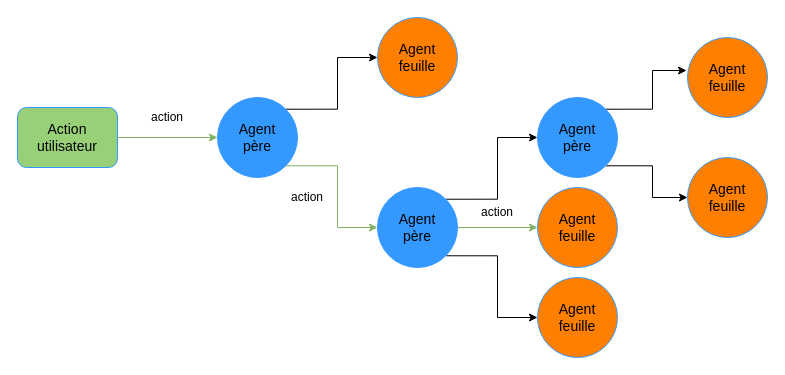
Earlier version of the draw.io diagram images/Conception/DM/multiagent.drawio (Wissben/Master-Thesis). Source tidied: cells renumbered, new cells numbered last; positions are measured from the earlier drawing's top-left corner, leaving out a move shared by most shapes. Both pictures are drawn from the tidied source at 100%, with x=0, y=0 at pixel (17, 17).
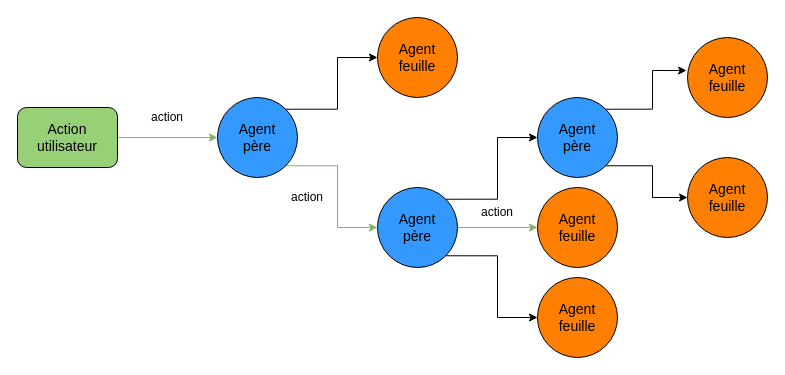
After the change.

Change to the diagram source:
```diff
@@
-    <mxCell id="4" value="&lt;div&gt;&lt;font style=&quot;font-size: 14px&quot;&gt;Agent &lt;br&gt;&lt;/font&gt;&lt;/div&gt;&lt;div&gt;&lt;font style=&quot;font-size: 14px&quot;&gt;père&lt;/font&gt;&lt;/div&gt;" style="ellipse;whiteSpace=wrap;html=1;strokeColor=#3399FF;fillColor=#3399FF;" parent="1" vertex="1">
+    <mxCell id="4" value="&lt;div&gt;&lt;font style=&quot;font-size: 14px&quot;&gt;Agent &lt;br&gt;&lt;/font&gt;&lt;/div&gt;&lt;div&gt;&lt;font style=&quot;font-size: 14px&quot;&gt;père&lt;/font&gt;&lt;/div&gt;" style="ellipse;whiteSpace=wrap;html=1;strokeColor=#000000;fillColor=#3399FF;" parent="1" vertex="1">
       <mxGeometry x="200" y="80" width="80" height="80" as="geometry" />
     </mxCell>
@@
-    <mxCell id="7" value="&lt;div style=&quot;font-size: 14px&quot;&gt;&lt;font style=&quot;font-size: 14px&quot;&gt;Agent &lt;br&gt;&lt;/font&gt;&lt;/div&gt;&lt;div style=&quot;font-size: 14px&quot;&gt;&lt;font style=&quot;font-size: 14px&quot;&gt;père&lt;/font&gt;&lt;/div&gt;" style="ellipse;whiteSpace=wrap;html=1;strokeColor=#3399FF;fillColor=#3399FF;" parent="1" vertex="1">
+    <mxCell id="7" value="&lt;div style=&quot;font-size: 14px&quot;&gt;&lt;font style=&quot;font-size: 14px&quot;&gt;Agent &lt;br&gt;&lt;/font&gt;&lt;/div&gt;&lt;div style=&quot;font-size: 14px&quot;&gt;&lt;font style=&quot;font-size: 14px&quot;&gt;père&lt;/font&gt;&lt;/div&gt;" style="ellipse;whiteSpace=wrap;html=1;strokeColor=#000000;fillColor=#3399FF;" parent="1" vertex="1">
       <mxGeometry x="520" y="80" width="80" height="80" as="geometry" />
     </mxCell>
@@
-    <mxCell id="11" value="&lt;div style=&quot;font-size: 14px&quot;&gt;&lt;font style=&quot;font-size: 14px&quot;&gt;Agent &lt;br&gt;&lt;/font&gt;&lt;/div&gt;&lt;div style=&quot;font-size: 14px&quot;&gt;&lt;font style=&quot;font-size: 14px&quot;&gt;père&lt;/font&gt;&lt;/div&gt;" style="ellipse;whiteSpace=wrap;html=1;strokeColor=#3399FF;fillColor=#3399FF;" parent="1" vertex="1">
+    <mxCell id="11" value="&lt;div style=&quot;font-size: 14px&quot;&gt;&lt;font style=&quot;font-size: 14px&quot;&gt;Agent &lt;br&gt;&lt;/font&gt;&lt;/div&gt;&lt;div style=&quot;font-size: 14px&quot;&gt;&lt;font style=&quot;font-size: 14px&quot;&gt;père&lt;/font&gt;&lt;/div&gt;" style="ellipse;whiteSpace=wrap;html=1;strokeColor=#000000;fillColor=#3399FF;" parent="1" vertex="1">
       <mxGeometry x="360" y="170" width="80" height="80" as="geometry" />
     </mxCell>
-    <mxCell id="12" value="&lt;div style=&quot;font-size: 14px&quot;&gt;&lt;font style=&quot;font-size: 14px&quot;&gt;Agent&lt;/font&gt;&lt;/div&gt;&lt;div style=&quot;font-size: 14px&quot;&gt;&lt;font style=&quot;font-size: 14px&quot;&gt;feuille&lt;br&gt;&lt;/font&gt;&lt;/div&gt;" style="ellipse;whiteSpace=wrap;html=1;strokeColor=#3399FF;fillColor=#FF8000;" parent="1" vertex="1">
+    <mxCell id="12" value="&lt;div style=&quot;font-size: 14px&quot;&gt;&lt;font style=&quot;font-size: 14px&quot;&gt;Agent&lt;/font&gt;&lt;/div&gt;&lt;div style=&quot;font-size: 14px&quot;&gt;&lt;font style=&quot;font-size: 14px&quot;&gt;feuille&lt;br&gt;&lt;/font&gt;&lt;/div&gt;" style="ellipse;whiteSpace=wrap;html=1;strokeColor=#000000;fillColor=#FF8000;" parent="1" vertex="1">
       <mxGeometry x="360" width="80" height="80" as="geometry" />
     </mxCell>
-    <mxCell id="13" value="&lt;div style=&quot;font-size: 14px&quot;&gt;&lt;font style=&quot;font-size: 14px&quot;&gt;Agent&lt;/font&gt;&lt;/div&gt;&lt;div style=&quot;font-size: 14px&quot;&gt;&lt;font style=&quot;font-size: 14px&quot;&gt;feuille&lt;br&gt;&lt;/font&gt;&lt;/div&gt;" style="ellipse;whiteSpace=wrap;html=1;strokeColor=#3399FF;fillColor=#FF8000;" parent="1" vertex="1">
+    <mxCell id="13" value="&lt;div style=&quot;font-size: 14px&quot;&gt;&lt;font style=&quot;font-size: 14px&quot;&gt;Agent&lt;/font&gt;&lt;/div&gt;&lt;div style=&quot;font-size: 14px&quot;&gt;&lt;font style=&quot;font-size: 14px&quot;&gt;feuille&lt;br&gt;&lt;/font&gt;&lt;/div&gt;" style="ellipse;whiteSpace=wrap;html=1;strokeColor=#000000;fillColor=#FF8000;" parent="1" vertex="1">
       <mxGeometry x="520" y="170" width="80" height="80" as="geometry" />
     </mxCell>
-    <mxCell id="14" value="&lt;div style=&quot;font-size: 14px&quot;&gt;&lt;font style=&quot;font-size: 14px&quot;&gt;Agent&lt;/font&gt;&lt;/div&gt;&lt;div style=&quot;font-size: 14px&quot;&gt;&lt;font style=&quot;font-size: 14px&quot;&gt;feuille&lt;br&gt;&lt;/font&gt;&lt;/div&gt;" style="ellipse;whiteSpace=wrap;html=1;strokeColor=#3399FF;fillColor=#FF8000;" parent="1" vertex="1">
+    <mxCell id="14" value="&lt;div style=&quot;font-size: 14px&quot;&gt;&lt;font style=&quot;font-size: 14px&quot;&gt;Agent&lt;/font&gt;&lt;/div&gt;&lt;div style=&quot;font-size: 14px&quot;&gt;&lt;font style=&quot;font-size: 14px&quot;&gt;feuille&lt;br&gt;&lt;/font&gt;&lt;/div&gt;" style="ellipse;whiteSpace=wrap;html=1;strokeColor=#000000;fillColor=#FF8000;" parent="1" vertex="1">
       <mxGeometry x="520" y="260" width="80" height="80" as="geometry" />
     </mxCell>
-    <mxCell id="15" value="&lt;div style=&quot;font-size: 14px&quot;&gt;&lt;font style=&quot;font-size: 14px&quot;&gt;Agent&lt;/font&gt;&lt;/div&gt;&lt;div style=&quot;font-size: 14px&quot;&gt;&lt;font style=&quot;font-size: 14px&quot;&gt;feuille&lt;br&gt;&lt;/font&gt;&lt;/div&gt;" style="ellipse;whiteSpace=wrap;html=1;strokeColor=#3399FF;fillColor=#FF8000;" parent="1" vertex="1">
+    <mxCell id="15" value="&lt;div style=&quot;font-size: 14px&quot;&gt;&lt;font style=&quot;font-size: 14px&quot;&gt;Agent&lt;/font&gt;&lt;/div&gt;&lt;div style=&quot;font-size: 14px&quot;&gt;&lt;font style=&quot;font-size: 14px&quot;&gt;feuille&lt;br&gt;&lt;/font&gt;&lt;/div&gt;" style="ellipse;whiteSpace=wrap;html=1;strokeColor=#000000;fillColor=#FF8000;" parent="1" vertex="1">
       <mxGeometry x="670" y="20" width="80" height="80" as="geometry" />
     </mxCell>
-    <mxCell id="16" value="&lt;div style=&quot;font-size: 14px&quot;&gt;&lt;font style=&quot;font-size: 14px&quot;&gt;Agent&lt;/font&gt;&lt;/div&gt;&lt;div style=&quot;font-size: 14px&quot;&gt;&lt;font style=&quot;font-size: 14px&quot;&gt;feuille&lt;br&gt;&lt;/font&gt;&lt;/div&gt;" style="ellipse;whiteSpace=wrap;html=1;strokeColor=#3399FF;fillColor=#FF8000;" parent="1" vertex="1">
+    <mxCell id="16" value="&lt;div style=&quot;font-size: 14px&quot;&gt;&lt;font style=&quot;font-size: 14px&quot;&gt;Agent&lt;/font&gt;&lt;/div&gt;&lt;div style=&quot;font-size: 14px&quot;&gt;&lt;font style=&quot;font-size: 14px&quot;&gt;feuille&lt;br&gt;&lt;/font&gt;&lt;/div&gt;" style="ellipse;whiteSpace=wrap;html=1;strokeColor=#000000;fillColor=#FF8000;" parent="1" vertex="1">
       <mxGeometry x="670" y="140" width="80" height="80" as="geometry" />
     </mxCell>
@@
-    <mxCell id="18" value="&lt;div style=&quot;font-size: 14px&quot;&gt;&lt;font style=&quot;font-size: 14px&quot;&gt;Action &lt;br&gt;&lt;/font&gt;&lt;/div&gt;&lt;div style=&quot;font-size: 14px&quot;&gt;&lt;font style=&quot;font-size: 14px&quot;&gt;utilisateur&lt;/font&gt;&lt;/div&gt;" style="rounded=1;whiteSpace=wrap;html=1;strokeColor=#3399FF;fillColor=#97D077;" parent="1" vertex="1">
+    <mxCell id="18" value="&lt;div style=&quot;font-size: 14px&quot;&gt;&lt;font style=&quot;font-size: 14px&quot;&gt;Action &lt;br&gt;&lt;/font&gt;&lt;/div&gt;&lt;div style=&quot;font-size: 14px&quot;&gt;&lt;font style=&quot;font-size: 14px&quot;&gt;utilisateur&lt;/font&gt;&lt;/div&gt;" style="rounded=1;whiteSpace=wrap;html=1;strokeColor=#000000;fillColor=#97D077;" parent="1" vertex="1">
       <mxGeometry y="90" width="100" height="60" as="geometry" />
     </mxCell>
```
